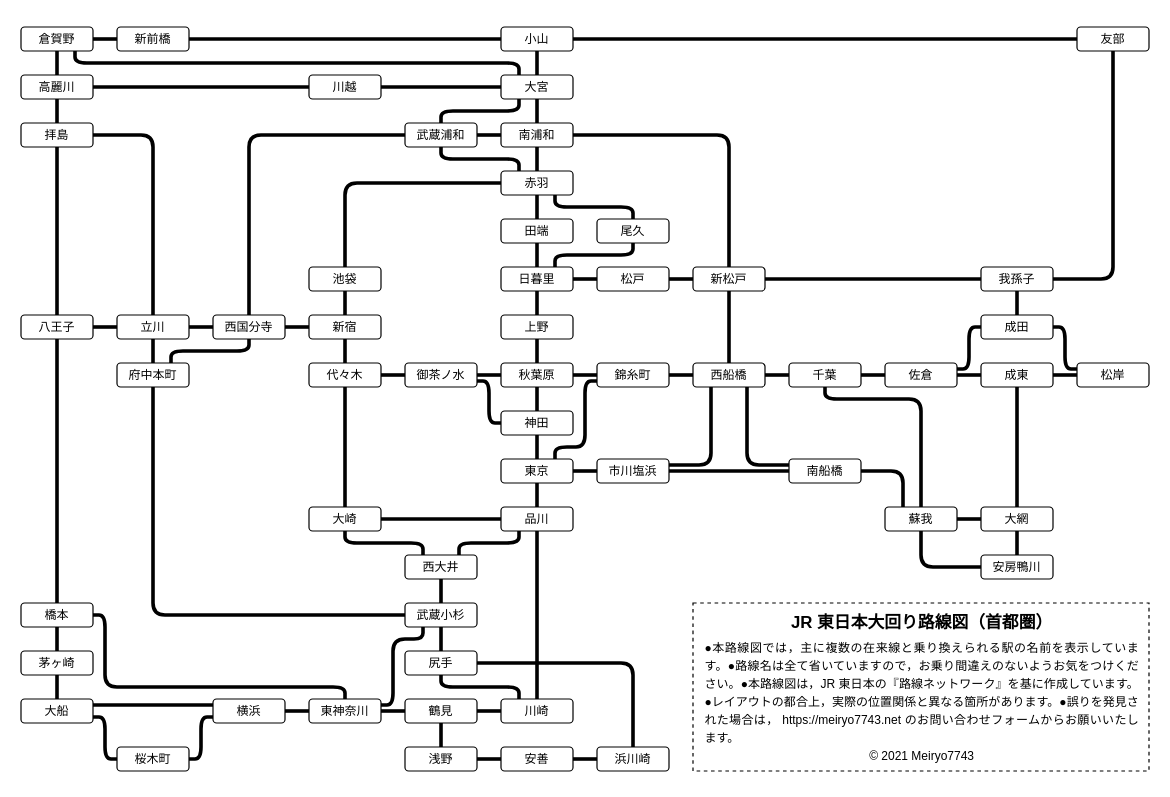
The draw.io diagram Untitled Diagram.drawio in Meiryo7743/railway-maps-for-omawari, before the edit. Source tidied: cells renumbered, new cells numbered last; positions are measured from the earlier drawing's top-left corner, leaving out a move shared by most shapes. Both pictures are drawn from the tidied source at 120%, with x=0, y=0 at pixel (20, 26).
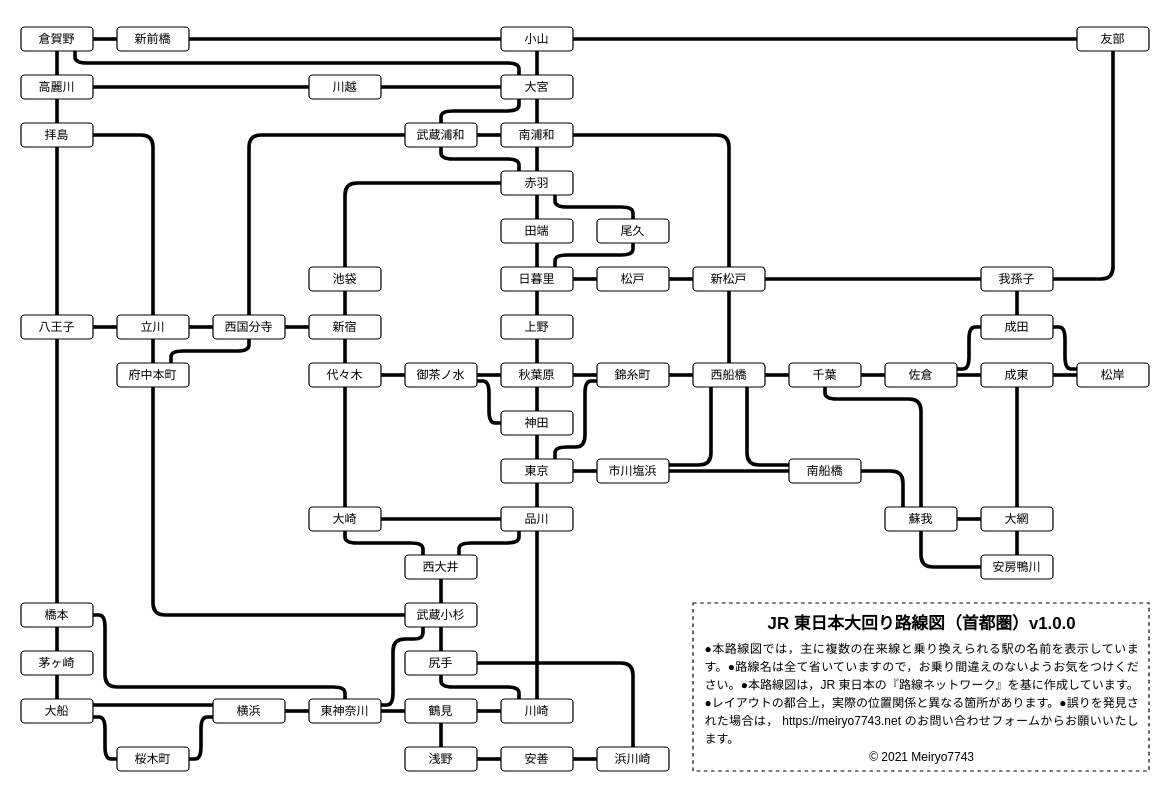
After the change.

What changed in the source:
```diff
@@
-    <mxCell id="145" value="&lt;p style=&quot;line-height: 110%&quot;&gt;&lt;/p&gt;&lt;div style=&quot;text-align: center&quot;&gt;&lt;span&gt;&lt;b&gt;&lt;font style=&quot;line-height: 200% ; font-size: 14px&quot;&gt;JR 東日本大回り路線図（首都圏）&lt;/font&gt;&lt;/b&gt;&lt;/span&gt;&lt;/div&gt;&lt;div style=&quot;text-align: justify&quot;&gt;&lt;span style=&quot;line-height: 150%&quot;&gt;●本路線図では，主に複数の在来線と乗り換えられる駅の名前を表示しています。●路線名は全て省いていますので，お乗り間違えのないようお気をつけください。●本路線図は，JR 東日本の『路線ネットワーク』を基に作成しています。●レイアウトの都合上，実際の位置関係と異なる箇所があります。●誤りを発見された場合は， https://meiryo7743.net のお問い合わせフォームからお願いいたします。&lt;/span&gt;&lt;/div&gt;&lt;span style=&quot;line-height: 15px&quot;&gt;&lt;div style=&quot;text-align: center&quot;&gt;&lt;span&gt;© 2021 Meiryo7743&lt;/span&gt;&lt;/div&gt;&lt;/span&gt;&lt;p&gt;&lt;/p&gt;" style="text;fillColor=none;spacing=10;spacingTop=-23;whiteSpace=wrap;overflow=hidden;rounded=0;strokeColor=#000000;dashed=1;fontSize=10;html=1;" parent="1" vertex="1">
+    <mxCell id="145" value="&lt;p style=&quot;line-height: 110%&quot;&gt;&lt;/p&gt;&lt;div style=&quot;text-align: center&quot;&gt;&lt;span&gt;&lt;b&gt;&lt;font style=&quot;line-height: 200% ; font-size: 14px&quot;&gt;JR 東日本大回り路線図（首都圏）v1.0.0&lt;/font&gt;&lt;/b&gt;&lt;/span&gt;&lt;/div&gt;&lt;div style=&quot;text-align: justify&quot;&gt;&lt;span style=&quot;line-height: 150%&quot;&gt;●本路線図では，主に複数の在来線と乗り換えられる駅の名前を表示しています。●路線名は全て省いていますので，お乗り間違えのないようお気をつけください。●本路線図は，JR 東日本の『路線ネットワーク』を基に作成しています。●レイアウトの都合上，実際の位置関係と異なる箇所があります。●誤りを発見された場合は， https://meiryo7743.net のお問い合わせフォームからお願いいたします。&lt;/span&gt;&lt;/div&gt;&lt;span style=&quot;line-height: 15px&quot;&gt;&lt;div style=&quot;text-align: center&quot;&gt;&lt;span&gt;© 2021 Meiryo7743&lt;/span&gt;&lt;/div&gt;&lt;/span&gt;&lt;p&gt;&lt;/p&gt;" style="text;fillColor=none;spacing=10;spacingTop=-22;whiteSpace=wrap;overflow=hidden;rounded=0;strokeColor=#000000;dashed=1;fontSize=10;html=1;" parent="1" vertex="1">
       <mxGeometry x="560" y="480" width="380" height="140" as="geometry" />
     </mxCell>
```
